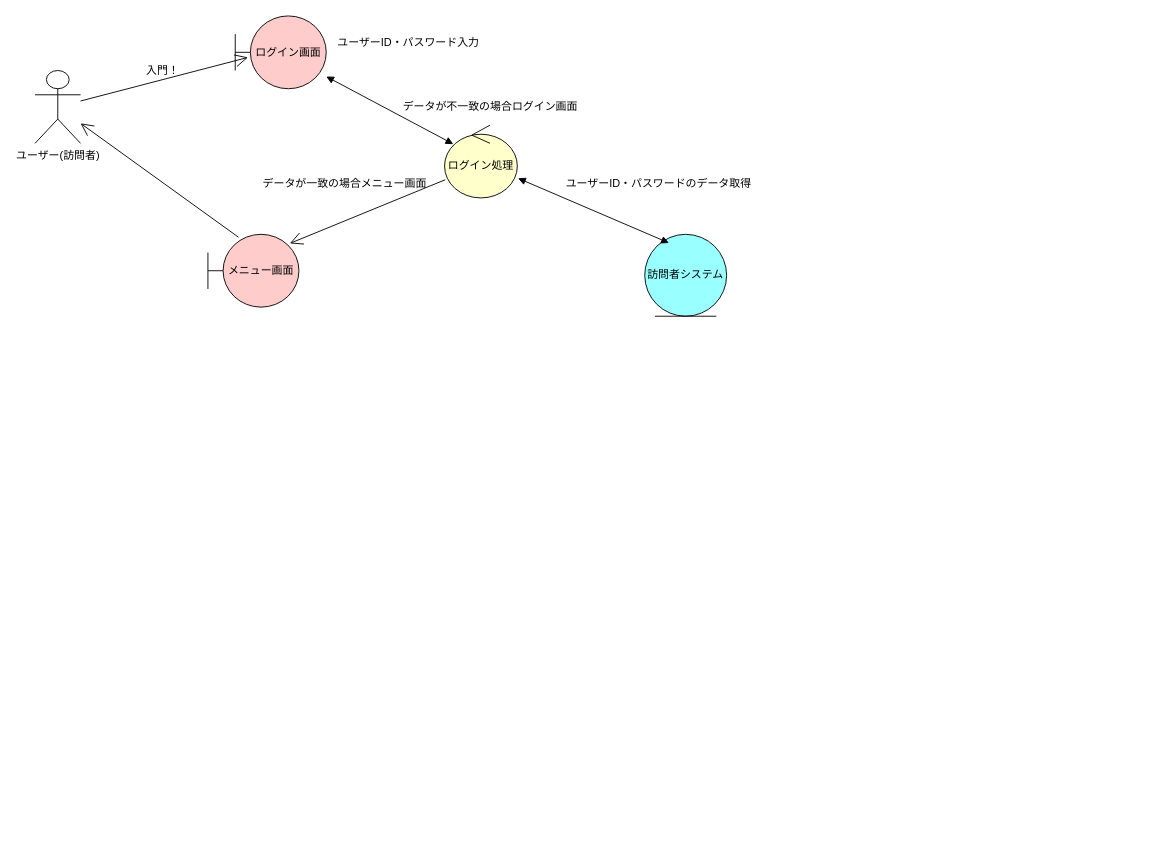
This is group/07_web_vistor/ログイン訪問者システム.drawio from tagamiren/ohara_uml, a draw.io file, before an edit. Source tidied: cells renumbered, new cells numbered last; positions are measured from the earlier drawing's top-left corner, leaving out a move shared by most shapes. Both pictures are drawn from the tidied source at 91%, with x=0, y=0 at pixel (35, 15).
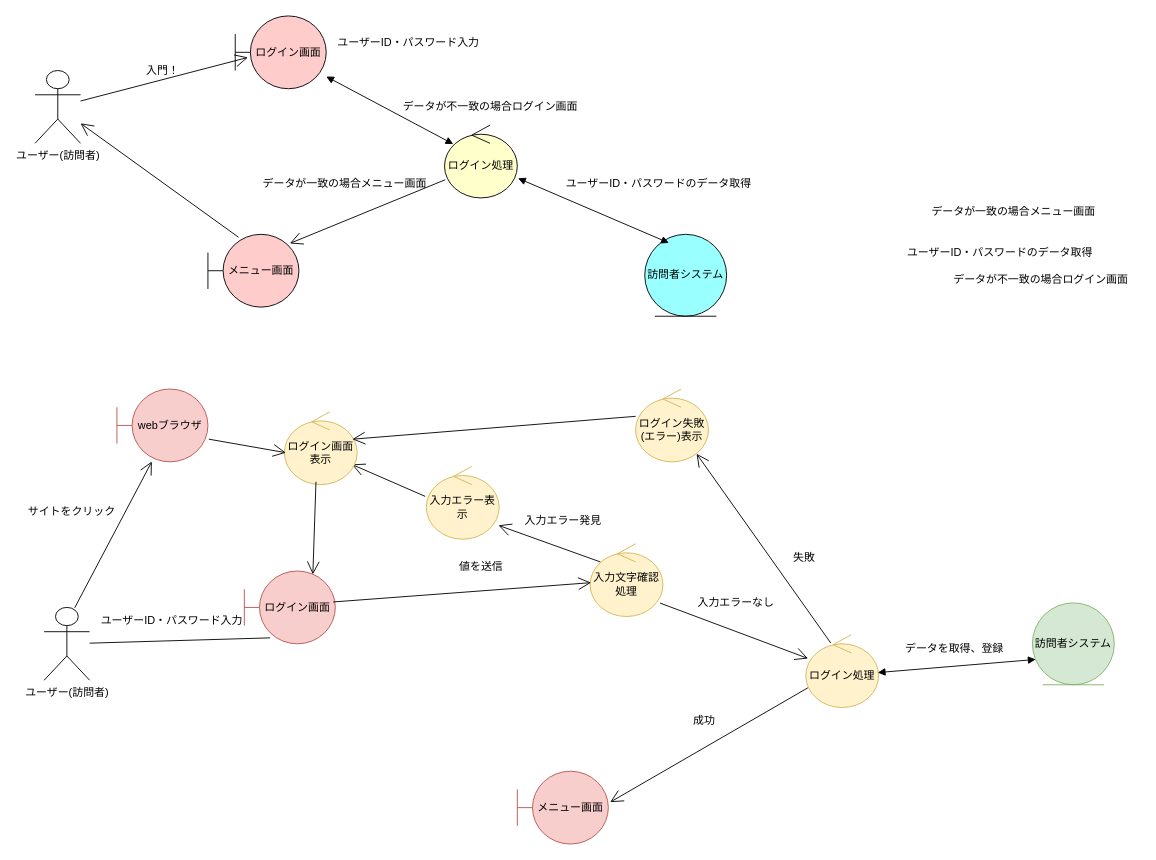
The same page after the edit.

What changed in the source:
```diff
@@
+    <mxCell id="17" value="ユーザー(訪問者)" style="shape=umlActor;verticalLabelPosition=bottom;verticalAlign=top;html=1;" parent="1" vertex="1">
+      <mxGeometry x="10" y="650" width="50" height="80" as="geometry" />
+    </mxCell>
+    <mxCell id="18" value="ログイン画面" style="shape=umlBoundary;whiteSpace=wrap;html=1;fillColor=#f8cecc;strokeColor=#b85450;" parent="1" vertex="1">
+      <mxGeometry x="230" y="610" width="100" height="80" as="geometry" />
+    </mxCell>
+    <mxCell id="19" value="訪問者システム" style="ellipse;shape=umlEntity;whiteSpace=wrap;html=1;fillColor=#d5e8d4;strokeColor=#82b366;" parent="1" vertex="1">
+      <mxGeometry x="1096" y="645" width="90" height="90" as="geometry" />
+    </mxCell>
+    <mxCell id="20" value="ログイン処理" style="ellipse;shape=umlControl;whiteSpace=wrap;html=1;fillColor=#fff2cc;strokeColor=#d6b656;" parent="1" vertex="1">
+      <mxGeometry x="847" y="680" width="80" height="80" as="geometry" />
+    </mxCell>
+    <mxCell id="21" value="ユーザーID・パスワード入力" style="text;html=1;align=center;verticalAlign=middle;strokeColor=none;fillColor=none;" parent="1" vertex="1">
+      <mxGeometry x="60" y="650" width="180" height="30" as="geometry" />
+    </mxCell>
+    <mxCell id="22" value="ユーザーID・パスワードのデータ取得" style="text;html=1;align=center;verticalAlign=middle;strokeColor=none;fillColor=none;" parent="1" vertex="1">
+      <mxGeometry x="945" y="245" width="230" height="30" as="geometry" />
+    </mxCell>
+    <mxCell id="23" value="メニュー画面" style="shape=umlBoundary;whiteSpace=wrap;html=1;fillColor=#f8cecc;strokeColor=#b85450;" parent="1" vertex="1">
+      <mxGeometry x="530" y="830" width="100" height="80" as="geometry" />
+    </mxCell>
+    <mxCell id="24" value="データが一致の場合メニュー画面" style="text;html=1;align=center;verticalAlign=middle;strokeColor=none;fillColor=none;" parent="1" vertex="1">
+      <mxGeometry x="975" y="200" width="200" height="30" as="geometry" />
+    </mxCell>
+    <mxCell id="25" value="データが不一致の場合ログイン画面" style="text;html=1;align=center;verticalAlign=middle;strokeColor=none;fillColor=none;" parent="1" vertex="1">
+      <mxGeometry x="995" y="275" width="220" height="30" as="geometry" />
+    </mxCell>
+    <mxCell id="26" value="入力文字確認&lt;span style=&quot;background-color: transparent; color: light-dark(rgb(0, 0, 0), rgb(255, 255, 255));&quot;&gt;処理&lt;/span&gt;" style="ellipse;shape=umlControl;whiteSpace=wrap;html=1;fillColor=#fff2cc;strokeColor=#d6b656;" parent="1" vertex="1">
+      <mxGeometry x="610" y="580" width="80" height="80" as="geometry" />
+    </mxCell>
+    <mxCell id="27" value="値を送信" style="text;html=1;align=center;verticalAlign=middle;strokeColor=none;fillColor=none;" parent="1" vertex="1">
+      <mxGeometry x="455" y="590" width="70" height="30" as="geometry" />
+    </mxCell>
+    <mxCell id="28" style="endArrow=open;endFill=1;endSize=12;html=1;rounded=0;exitX=0.96;exitY=0.815;exitDx=0;exitDy=0;exitPerimeter=0;" parent="1" edge="1" source="26" target="20">
+      <mxGeometry relative="1" as="geometry" />
+    </mxCell>
+    <mxCell id="29" value="入力エラーなし" style="text;html=1;align=center;verticalAlign=middle;strokeColor=none;fillColor=none;" parent="1" vertex="1">
+      <mxGeometry x="715" y="630" width="110" height="30" as="geometry" />
+    </mxCell>
+    <mxCell id="30" style="endArrow=open;endFill=1;endSize=12;html=1;rounded=0;exitX=0.976;exitY=0.425;exitDx=0;exitDy=0;exitPerimeter=0;entryX=0.013;entryY=0.535;entryDx=0;entryDy=0;entryPerimeter=0;" parent="1" edge="1" source="18" target="26">
+      <mxGeometry relative="1" as="geometry" />
+    </mxCell>
+    <mxCell id="31" value="入力エラー表示" style="ellipse;shape=umlControl;whiteSpace=wrap;html=1;fillColor=#fff2cc;strokeColor=#d6b656;" parent="1" vertex="1">
+      <mxGeometry x="430" y="495" width="80" height="80" as="geometry" />
+    </mxCell>
+    <mxCell id="32" style="endArrow=open;endFill=1;endSize=12;html=1;rounded=0;exitX=0.14;exitY=0.25;exitDx=0;exitDy=0;exitPerimeter=0;entryX=0.99;entryY=0.81;entryDx=0;entryDy=0;entryPerimeter=0;" parent="1" edge="1" source="26" target="31">
+      <mxGeometry relative="1" as="geometry" />
+    </mxCell>
+    <mxCell id="33" style="endArrow=open;endFill=1;endSize=12;html=1;rounded=0;exitX=-0.016;exitY=0.412;exitDx=0;exitDy=0;exitPerimeter=0;entryX=0.927;entryY=0.723;entryDx=0;entryDy=0;entryPerimeter=0;" parent="1" edge="1" source="31" target="44">
+      <mxGeometry relative="1" as="geometry" />
+    </mxCell>
+    <mxCell id="34" value="入力エラー発見" style="text;html=1;align=center;verticalAlign=middle;strokeColor=none;fillColor=none;" parent="1" vertex="1">
+      <mxGeometry x="525" y="540" width="110" height="30" as="geometry" />
+    </mxCell>
+    <mxCell id="35" style="endArrow=block;startArrow=block;endFill=1;startFill=1;html=1;rounded=0;entryX=0.04;entryY=0.691;entryDx=0;entryDy=0;entryPerimeter=0;exitX=0.988;exitY=0.52;exitDx=0;exitDy=0;exitPerimeter=0;" parent="1" edge="1" source="20" target="19">
+      <mxGeometry relative="1" as="geometry" />
+    </mxCell>
+    <mxCell id="36" value="データを取得、登録" style="text;html=1;align=center;verticalAlign=middle;strokeColor=none;fillColor=none;" parent="1" vertex="1">
+      <mxGeometry x="945" y="680" width="130" height="30" as="geometry" />
+    </mxCell>
+    <mxCell id="37" value="ログイン失敗(エラー)表示" style="ellipse;shape=umlControl;whiteSpace=wrap;html=1;fillColor=#fff2cc;strokeColor=#d6b656;" parent="1" vertex="1">
+      <mxGeometry x="660" y="410" width="80" height="80" as="geometry" />
+    </mxCell>
+    <mxCell id="38" style="endArrow=open;endFill=1;endSize=12;html=1;rounded=0;exitX=0.029;exitY=0.729;exitDx=0;exitDy=0;exitPerimeter=0;entryX=1.02;entryY=0.425;entryDx=0;entryDy=0;entryPerimeter=0;" parent="1" edge="1" source="20" target="23">
+      <mxGeometry relative="1" as="geometry" />
+    </mxCell>
+    <mxCell id="39" value="成功" style="text;html=1;align=center;verticalAlign=middle;strokeColor=none;fillColor=none;" parent="1" vertex="1">
+      <mxGeometry x="710" y="760" width="50" height="30" as="geometry" />
+    </mxCell>
+    <mxCell id="40" value="失敗" style="text;html=1;align=center;verticalAlign=middle;strokeColor=none;fillColor=none;" parent="1" vertex="1">
+      <mxGeometry x="820" y="580" width="50" height="30" as="geometry" />
+    </mxCell>
+    <mxCell id="41" value="webブラウザ" style="shape=umlBoundary;whiteSpace=wrap;html=1;fillColor=#f8cecc;strokeColor=#b85450;" parent="1" vertex="1">
+      <mxGeometry x="90" y="410" width="100" height="80" as="geometry" />
+    </mxCell>
+    <mxCell id="42" value="サイトをクリック" style="text;html=1;align=center;verticalAlign=middle;strokeColor=none;fillColor=none;" parent="1" vertex="1">
+      <mxGeometry x="-20" y="530" width="120" height="30" as="geometry" />
+    </mxCell>
+    <mxCell id="43" style="endArrow=open;endFill=1;endSize=12;html=1;rounded=0;entryX=0.384;entryY=0.995;entryDx=0;entryDy=0;entryPerimeter=0;exitX=0.672;exitY=0.005;exitDx=0;exitDy=0;exitPerimeter=0;" parent="1" edge="1" source="17" target="41">
+      <mxGeometry relative="1" as="geometry" />
+    </mxCell>
+    <mxCell id="44" value="ログイン画面表示" style="ellipse;shape=umlControl;whiteSpace=wrap;html=1;fillColor=#fff2cc;strokeColor=#d6b656;" parent="1" vertex="1">
+      <mxGeometry x="274" y="435" width="80" height="80" as="geometry" />
+    </mxCell>
+    <mxCell id="45" style="endArrow=open;endFill=1;endSize=12;html=1;rounded=0;exitX=0.434;exitY=0.962;exitDx=0;exitDy=0;exitPerimeter=0;entryX=0.753;entryY=0.046;entryDx=0;entryDy=0;entryPerimeter=0;" parent="1" edge="1" source="44" target="18">
+      <mxGeometry relative="1" as="geometry" />
+    </mxCell>
+    <mxCell id="46" style="endArrow=open;endFill=1;endSize=12;html=1;rounded=0;exitX=1.01;exitY=0.689;exitDx=0;exitDy=0;exitPerimeter=0;entryX=0.02;entryY=0.562;entryDx=0;entryDy=0;entryPerimeter=0;" parent="1" edge="1" source="41" target="44">
+      <mxGeometry relative="1" as="geometry" />
+    </mxCell>
+    <mxCell id="47" style="endArrow=open;endFill=1;endSize=12;html=1;rounded=0;exitX=0;exitY=0.375;exitDx=0;exitDy=0;exitPerimeter=0;entryX=0.934;entryY=0.377;entryDx=0;entryDy=0;entryPerimeter=0;" parent="1" edge="1" source="37" target="44">
+      <mxGeometry relative="1" as="geometry" />
+    </mxCell>
+    <mxCell id="48" style="endArrow=open;endFill=1;endSize=12;html=1;rounded=0;exitX=0.343;exitY=0.114;exitDx=0;exitDy=0;exitPerimeter=0;entryX=0.837;entryY=0.889;entryDx=0;entryDy=0;entryPerimeter=0;" parent="1" edge="1" source="20" target="37">
+      <mxGeometry relative="1" as="geometry" />
+    </mxCell>
+    <mxCell id="49" style="endArrow=none;html=1;rounded=0;entryX=0.284;entryY=0.918;entryDx=0;entryDy=0;entryPerimeter=0;" parent="1" edge="1" source="17" target="18">
+      <mxGeometry relative="1" as="geometry" />
+    </mxCell>
```
